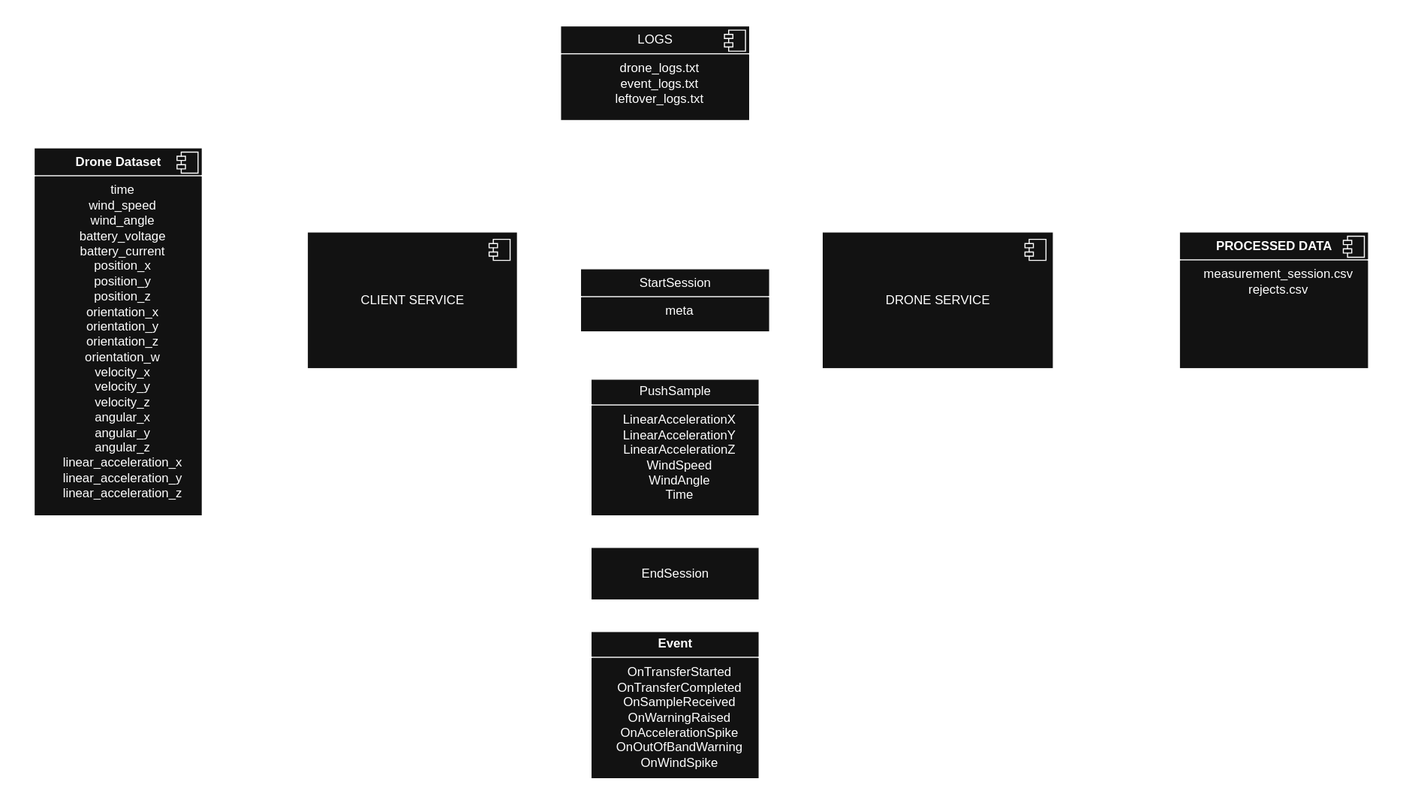
The draw.io diagram Diagram/Drone4Diagram.drawio.svg in rdkc4/VP, before a commit. Source tidied: cells renumbered, new cells last; positions are measured from the earlier drawing's top-left corner, leaving out a move shared by most shapes.
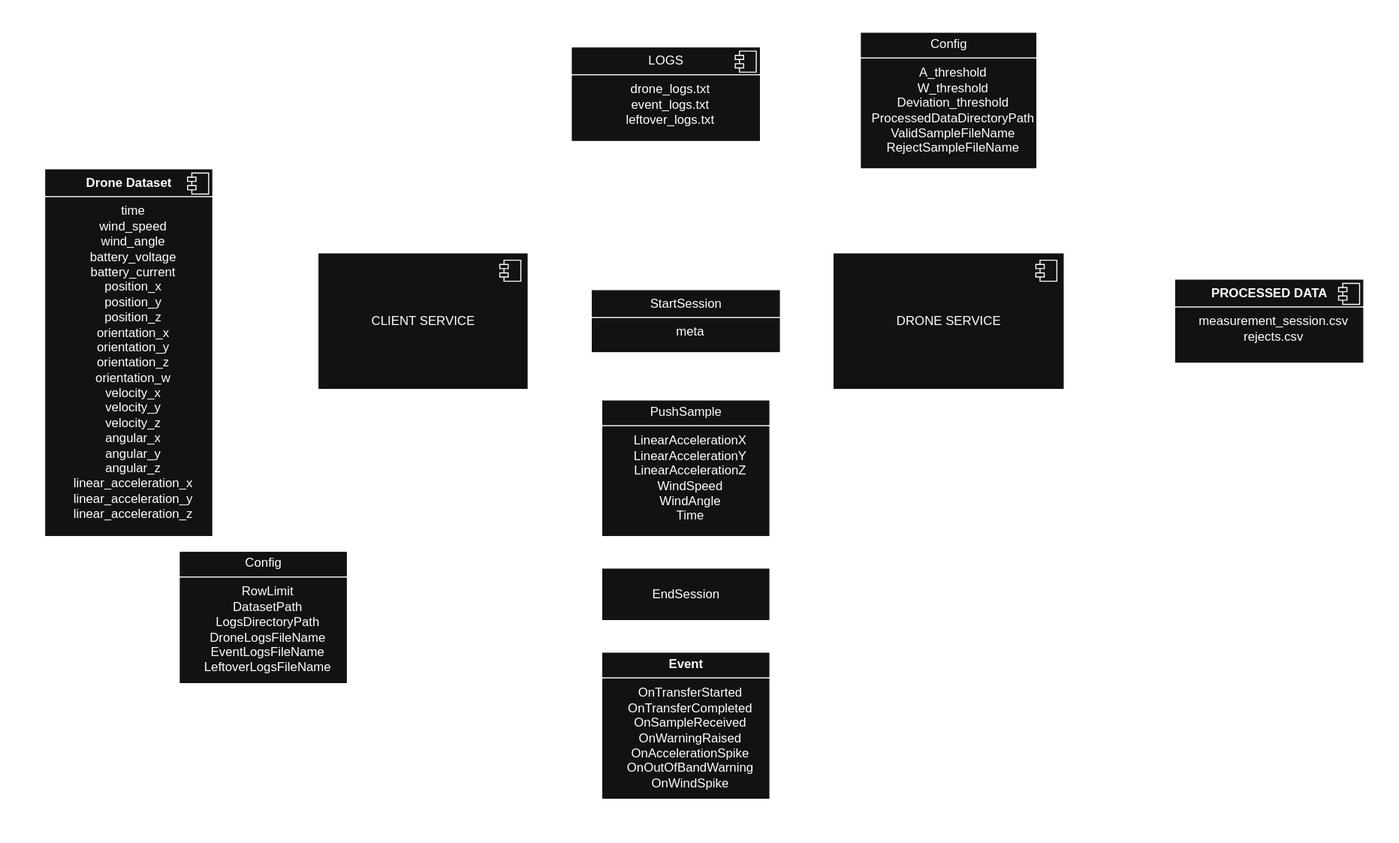
After the commit.

Commit message:
Updated diagram, updated configs

The edit, as a diff of the source:
```diff
@@ -69,10 +69,10 @@
       </mxGeometry>
     </mxCell>
     <mxCell id="22" value="read line" style="text;html=1;align=center;verticalAlign=middle;strokeColor=none;fillColor=none;" parent="1" vertex="1">
-      <mxGeometry x="197" y="198" width="70" height="30" as="geometry" />
+      <mxGeometry x="186" y="200" width="70" height="30" as="geometry" />
     </mxCell>
     <mxCell id="23" value="return line" style="text;html=1;align=center;verticalAlign=middle;strokeColor=none;fillColor=none;" parent="1" vertex="1">
-      <mxGeometry x="192" y="310" width="80" height="30" as="geometry" />
+      <mxGeometry x="184" y="309" width="80" height="30" as="geometry" />
     </mxCell>
     <mxCell id="24" style="edgeStyle=orthogonalEdgeStyle;rounded=0;jettySize=auto;html=1;exitX=1;exitY=0.5;exitDx=0;exitDy=0;entryX=0;entryY=0.5;entryDx=0;entryDy=0;" parent="1" edge="1" source="25" target="20">
       <mxGeometry relative="1" as="geometry" />
@@ -102,7 +102,7 @@
       <mxGeometry x="562" y="600" width="160" height="140" as="geometry" />
     </mxCell>
     <mxCell id="33" value="&lt;p style=&quot;margin:0px;margin-top:6px;text-align:center;&quot;&gt;&lt;b&gt;PROCESSED DATA&lt;/b&gt;&lt;/p&gt;&lt;hr size=&quot;1&quot; style=&quot;border-style:solid;&quot;&gt;&lt;p align=&quot;center&quot; style=&quot;margin:0px;margin-left:8px;&quot;&gt;measurement_session.csv&lt;/p&gt;&lt;p align=&quot;center&quot; style=&quot;margin:0px;margin-left:8px;&quot;&gt;rejects.csv&lt;/p&gt;" style="align=left;overflow=fill;html=1;whiteSpace=wrap;" parent="1" vertex="1">
-      <mxGeometry x="1122" y="220" width="180" height="130" as="geometry" />
+      <mxGeometry x="1107" y="245" width="180" height="80" as="geometry" />
     </mxCell>
     <mxCell id="34" style="shape=component;jettyWidth=8;jettyHeight=4;" parent="33" vertex="1">
       <mxGeometry x="1" width="20" height="20" relative="1" as="geometry">
@@ -110,10 +110,10 @@
       </mxGeometry>
     </mxCell>
     <mxCell id="35" value="WriteValid" style="text;html=1;align=center;verticalAlign=middle;strokeColor=none;fillColor=none;" parent="1" vertex="1">
-      <mxGeometry x="1022" y="220" width="80" height="30" as="geometry" />
+      <mxGeometry x="994" y="229" width="80" height="30" as="geometry" />
     </mxCell>
     <mxCell id="36" value="WriteReject" style="text;html=1;align=center;verticalAlign=middle;strokeColor=none;fillColor=none;" parent="1" vertex="1">
-      <mxGeometry x="1017" y="285" width="90" height="30" as="geometry" />
+      <mxGeometry x="993" y="312" width="90" height="30" as="geometry" />
     </mxCell>
     <mxCell id="37" value="ACK/NACK" style="text;html=1;align=center;verticalAlign=middle;strokeColor=none;fillColor=none;" parent="1" vertex="1">
       <mxGeometry x="738" y="504" width="80" height="30" as="geometry" />
@@ -138,8 +138,23 @@
     <mxCell id="43" value="WriteLeftover" style="text;html=1;align=center;verticalAlign=middle;strokeColor=none;fillColor=none;" parent="1" vertex="1">
       <mxGeometry x="443" y="70" width="90" height="30" as="geometry" />
     </mxCell>
-    <mxCell id="44" style="rounded=0;whiteSpace=wrap;html=1;opacity=0;" parent="1" vertex="1">
-      <mxGeometry width="1340" height="770" as="geometry" />
-    </mxCell>
+    <mxCell id="45" style="edgeStyle=orthogonalEdgeStyle;rounded=0;jettySize=auto;html=1;exitX=0.5;exitY=1;exitDx=0;exitDy=0;entryX=0.5;entryY=0;entryDx=0;entryDy=0;" parent="1" edge="1" source="46" target="20">
+      <mxGeometry relative="1" as="geometry" />
+    </mxCell>
+    <mxCell id="46" value="&lt;p style=&quot;margin: 4px 0px 0px; text-align: center; text-decoration-color: currentcolor;&quot;&gt;Config&lt;/p&gt;&lt;hr size=&quot;1&quot; style=&quot;border-style:solid;&quot;&gt;&lt;p align=&quot;center&quot; style=&quot;margin:0px;margin-left:8px;&quot;&gt;A_threshold&lt;br&gt;W_threshold&lt;/p&gt;&lt;p align=&quot;center&quot; style=&quot;margin:0px;margin-left:8px;&quot;&gt;Deviation_threshold&lt;/p&gt;&lt;p align=&quot;center&quot; style=&quot;margin:0px;margin-left:8px;&quot;&gt;ProcessedDataDirectoryPath&lt;/p&gt;&lt;p align=&quot;center&quot; style=&quot;margin:0px;margin-left:8px;&quot;&gt;ValidSampleFileName&lt;/p&gt;&lt;p align=&quot;center&quot; style=&quot;margin:0px;margin-left:8px;&quot;&gt;RejectSampleFileName&lt;/p&gt;" style="verticalAlign=top;align=left;overflow=fill;html=1;whiteSpace=wrap;" parent="1" vertex="1">
+      <mxGeometry x="808" y="10" width="168" height="130" as="geometry" />
+    </mxCell>
+    <mxCell id="47" value="&lt;p style=&quot;margin: 4px 0px 0px; text-align: center; text-decoration-color: currentcolor;&quot;&gt;Config&lt;/p&gt;&lt;hr size=&quot;1&quot; style=&quot;border-style:solid;&quot;&gt;&lt;p align=&quot;center&quot; style=&quot;margin:0px;margin-left:8px;&quot;&gt;RowLimit&lt;/p&gt;&lt;p align=&quot;center&quot; style=&quot;margin:0px;margin-left:8px;&quot;&gt;DatasetPath&lt;/p&gt;&lt;p align=&quot;center&quot; style=&quot;margin:0px;margin-left:8px;&quot;&gt;LogsDirectoryPath&lt;/p&gt;&lt;p align=&quot;center&quot; style=&quot;margin:0px;margin-left:8px;&quot;&gt;DroneLogsFileName&lt;/p&gt;&lt;p align=&quot;center&quot; style=&quot;margin:0px;margin-left:8px;&quot;&gt;EventLogsFileName&lt;/p&gt;&lt;p align=&quot;center&quot; style=&quot;margin:0px;margin-left:8px;&quot;&gt;LeftoverLogsFileName&lt;/p&gt;" style="verticalAlign=top;align=left;overflow=fill;html=1;whiteSpace=wrap;" parent="1" vertex="1">
+      <mxGeometry x="160" y="504" width="160" height="126" as="geometry" />
+    </mxCell>
+    <mxCell id="48" style="edgeStyle=orthogonalEdgeStyle;rounded=0;jettySize=auto;html=1;exitX=0.5;exitY=0;exitDx=0;exitDy=0;entryX=0.128;entryY=1.02;entryDx=0;entryDy=0;entryPerimeter=0;" parent="1" edge="1" source="47" target="12">
+      <mxGeometry relative="1" as="geometry" />
+    </mxCell>
+    <mxCell id="49" value="repeat RowLimit" style="text;html=1;align=center;verticalAlign=middle;strokeColor=none;fillColor=none;" parent="1" vertex="1">
+      <mxGeometry x="444" y="368" width="110" height="30" as="geometry" />
+    </mxCell>
+    <mxCell id="50" style="rounded=0;whiteSpace=wrap;html=1;opacity=0;" parent="1" vertex="1">
+      <mxGeometry x="-10" y="-20" width="1330" height="800" as="geometry" />
+    </mxCell>
   </root>
 </mxGraphModel>
```
